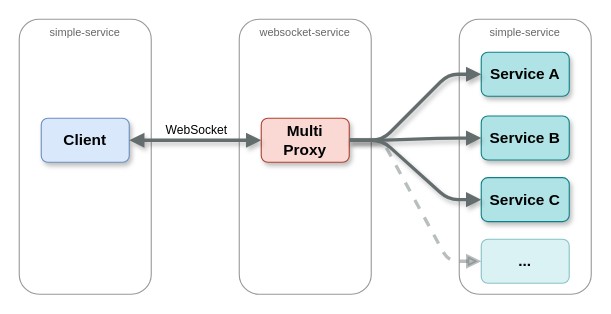
Before: doc/overview.drawio in safiahlberg/multiproxy-websocket, a draw.io diagram. Source tidied: cells renumbered, new cells numbered last; positions are measured from the earlier drawing's top-left corner, leaving out a move shared by most shapes. Both pictures are drawn from the tidied source at 110%, with x=0, y=0 at pixel (19, 19).
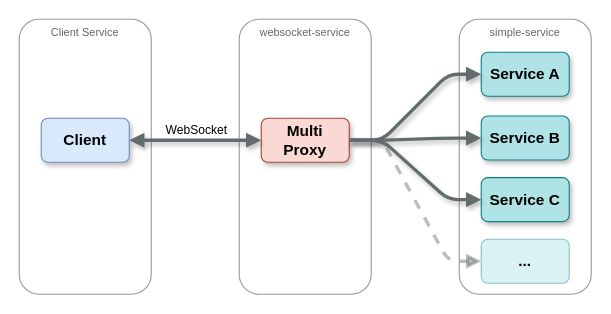
Above is the later version.

The edit, as a diff of the source:
```diff
@@
 <mxGraphModel>
   <root>
     <mxCell id="0" />
     <mxCell id="1" parent="0" />
     <mxCell id="2" value="simple-service" style="rounded=1;whiteSpace=wrap;html=1;verticalAlign=top;strokeColor=#999999;fontColor=#666666;fontSize=10;fontFamily=Helvetica;" parent="1" vertex="1">
       <mxGeometry x="400" width="120" height="250" as="geometry" />
     </mxCell>
-    <mxCell id="3" value="simple-service" style="rounded=1;whiteSpace=wrap;html=1;verticalAlign=top;strokeColor=#999999;fontColor=#666666;fontSize=10;fontFamily=Helvetica;" parent="1" vertex="1">
+    <mxCell id="3" value="Client Service" style="rounded=1;whiteSpace=wrap;html=1;verticalAlign=top;strokeColor=#999999;fontColor=#666666;fontSize=10;fontFamily=Helvetica;" parent="1" vertex="1">
       <mxGeometry width="120" height="250" as="geometry" />
     </mxCell>
     <mxCell id="4" value="websocket-service" style="rounded=1;whiteSpace=wrap;html=1;verticalAlign=top;strokeColor=#999999;fontColor=#666666;fontSize=10;fontFamily=Helvetica;" parent="1" vertex="1">
       <mxGeometry x="200" width="120" height="250" as="geometry" />
     </mxCell>
     <mxCell id="5" value="Client" style="rounded=1;whiteSpace=wrap;html=1;fillColor=#dae8fc;strokeColor=#6c8ebf;fontSize=14;fontStyle=1;glass=0;shadow=1;fontFamily=Helvetica;" parent="1" vertex="1">
       <mxGeometry x="20" y="90" width="80" height="40" as="geometry" />
     </mxCell>
     <mxCell id="6" value="Multi&lt;br&gt;Proxy" style="rounded=1;whiteSpace=wrap;html=1;fillColor=#fad9d5;strokeColor=#ae4132;fontSize=14;fontStyle=1;glass=0;shadow=1;fontFamily=Helvetica;" parent="1" vertex="1">
       <mxGeometry x="220" y="90" width="80" height="40" as="geometry" />
     </mxCell>
     <mxCell id="7" value="Service A" style="rounded=1;whiteSpace=wrap;html=1;fillColor=#b0e3e6;strokeColor=#0e8088;fontSize=14;fontStyle=1;glass=0;shadow=1;fontFamily=Helvetica;" parent="1" vertex="1">
       <mxGeometry x="420" y="30" width="80" height="40" as="geometry" />
     </mxCell>
     <mxCell id="8" style="endArrow=block;html=1;rounded=1;exitX=1;exitY=0.5;exitDx=0;exitDy=0;entryX=0;entryY=0.5;entryDx=0;entryDy=0;strokeWidth=3;endFill=1;startArrow=block;startFill=1;fillColor=#b0e3e6;strokeColor=#636d6e;shadow=1;fontFamily=Helvetica;" parent="1" edge="1" source="5" target="6">
       <mxGeometry relative="1" as="geometry" />
     </mxCell>
     <mxCell id="9" value="WebSocket" style="edgeLabel;html=1;align=center;verticalAlign=middle;rounded=1;fontFamily=Helvetica;" parent="8" vertex="1">
       <mxGeometry relative="1" as="geometry">
         <mxPoint y="-10" as="offset" />
       </mxGeometry>
     </mxCell>
     <mxCell id="10" style="endArrow=block;html=1;rounded=1;exitX=1;exitY=0.5;exitDx=0;exitDy=0;entryX=0;entryY=0.5;entryDx=0;entryDy=0;strokeWidth=3;endFill=1;startArrow=none;startFill=0;fillColor=#b0e3e6;strokeColor=#636d6e;edgeStyle=entityRelationEdgeStyle;shadow=1;fontFamily=Helvetica;" parent="1" edge="1" source="6" target="7">
       <mxGeometry relative="1" as="geometry" />
     </mxCell>
     <mxCell id="11" value="Service C" style="rounded=1;whiteSpace=wrap;html=1;fillColor=#b0e3e6;strokeColor=#0e8088;fontSize=14;fontStyle=1;glass=0;shadow=1;fontFamily=Helvetica;" parent="1" vertex="1">
       <mxGeometry x="420" y="144" width="80" height="40" as="geometry" />
     </mxCell>
     <mxCell id="12" value="Service B" style="rounded=1;whiteSpace=wrap;html=1;fillColor=#b0e3e6;strokeColor=#0e8088;fontSize=14;fontStyle=1;glass=0;shadow=1;fontFamily=Helvetica;" parent="1" vertex="1">
       <mxGeometry x="420" y="88" width="80" height="40" as="geometry" />
     </mxCell>
     <mxCell id="13" style="endArrow=block;html=1;rounded=1;entryX=0;entryY=0.5;entryDx=0;entryDy=0;strokeWidth=3;endFill=1;startArrow=none;startFill=0;fillColor=#b0e3e6;strokeColor=#636d6e;edgeStyle=entityRelationEdgeStyle;shadow=1;fontFamily=Helvetica;" parent="1" edge="1" target="12">
       <mxGeometry relative="1" as="geometry">
         <mxPoint x="300" y="110" as="sourcePoint" />
       </mxGeometry>
     </mxCell>
     <mxCell id="14" style="endArrow=block;html=1;rounded=1;exitX=1;exitY=0.5;exitDx=0;exitDy=0;strokeWidth=3;endFill=1;startArrow=none;startFill=0;fillColor=#b0e3e6;strokeColor=#636d6e;edgeStyle=entityRelationEdgeStyle;entryX=0;entryY=0.5;entryDx=0;entryDy=0;shadow=1;fontFamily=Helvetica;" parent="1" edge="1" source="6" target="11">
       <mxGeometry relative="1" as="geometry" />
     </mxCell>
     <mxCell id="15" value="..." style="rounded=1;whiteSpace=wrap;html=1;fillColor=#b0e3e6;strokeColor=#0e8088;fontSize=14;fontStyle=1;glass=0;shadow=0;opacity=45;fontFamily=Helvetica;" parent="1" vertex="1">
       <mxGeometry x="420" y="200" width="80" height="40" as="geometry" />
     </mxCell>
     <mxCell id="16" style="endArrow=block;html=1;rounded=1;exitX=1;exitY=0.5;exitDx=0;exitDy=0;strokeWidth=3;endFill=1;startArrow=none;startFill=0;fillColor=#b0e3e6;strokeColor=#636d6e;edgeStyle=entityRelationEdgeStyle;entryX=0;entryY=0.5;entryDx=0;entryDy=0;dashed=1;opacity=45;shadow=0;fontFamily=Helvetica;" parent="1" edge="1" source="6" target="15">
       <mxGeometry relative="1" as="geometry" />
     </mxCell>
   </root>
 </mxGraphModel>
```
